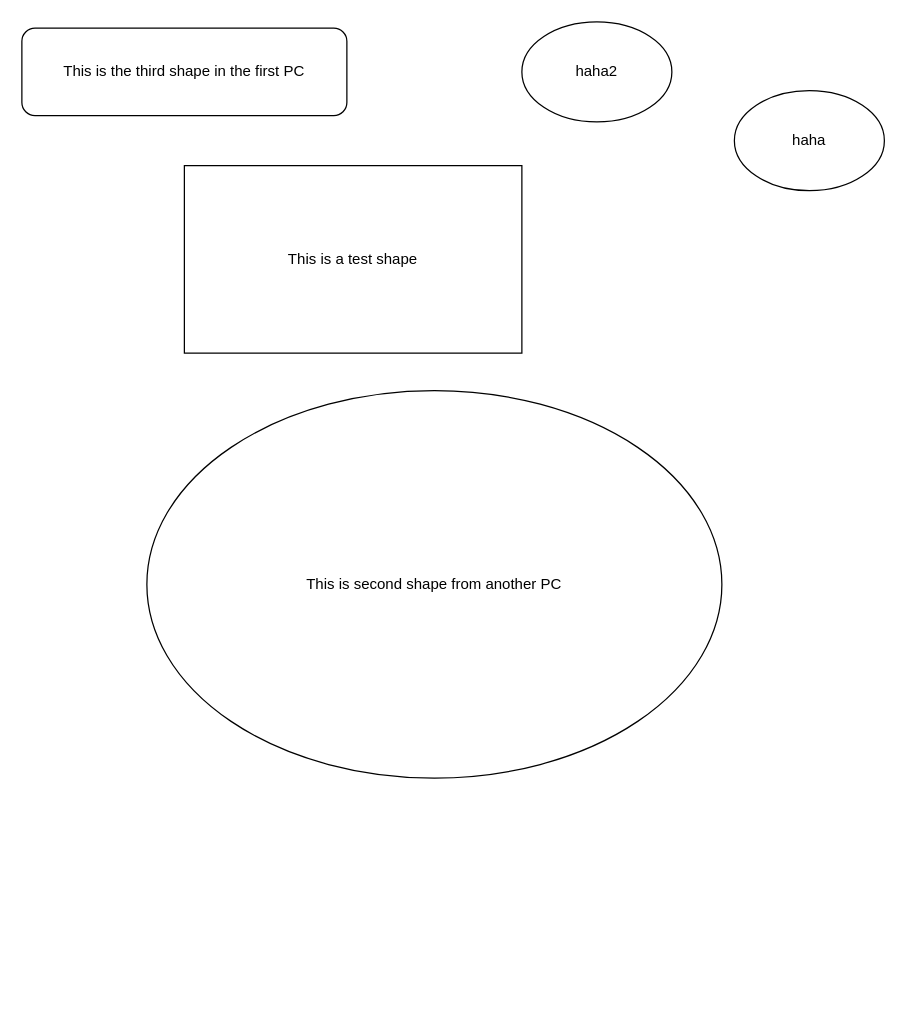
Above: My-team-test-diagram.drawio in lhf552004/my-team-test-repo (draw.io), before the change. Source tidied: cells renumbered, new cells numbered last; positions are measured from the earlier drawing's top-left corner, leaving out a move shared by most shapes. Both pictures are drawn from the tidied source at 125%, with x=0, y=0 at pixel (21, 21). Pictures stored in the file or linked from it are replaced by grey dashed boxes.
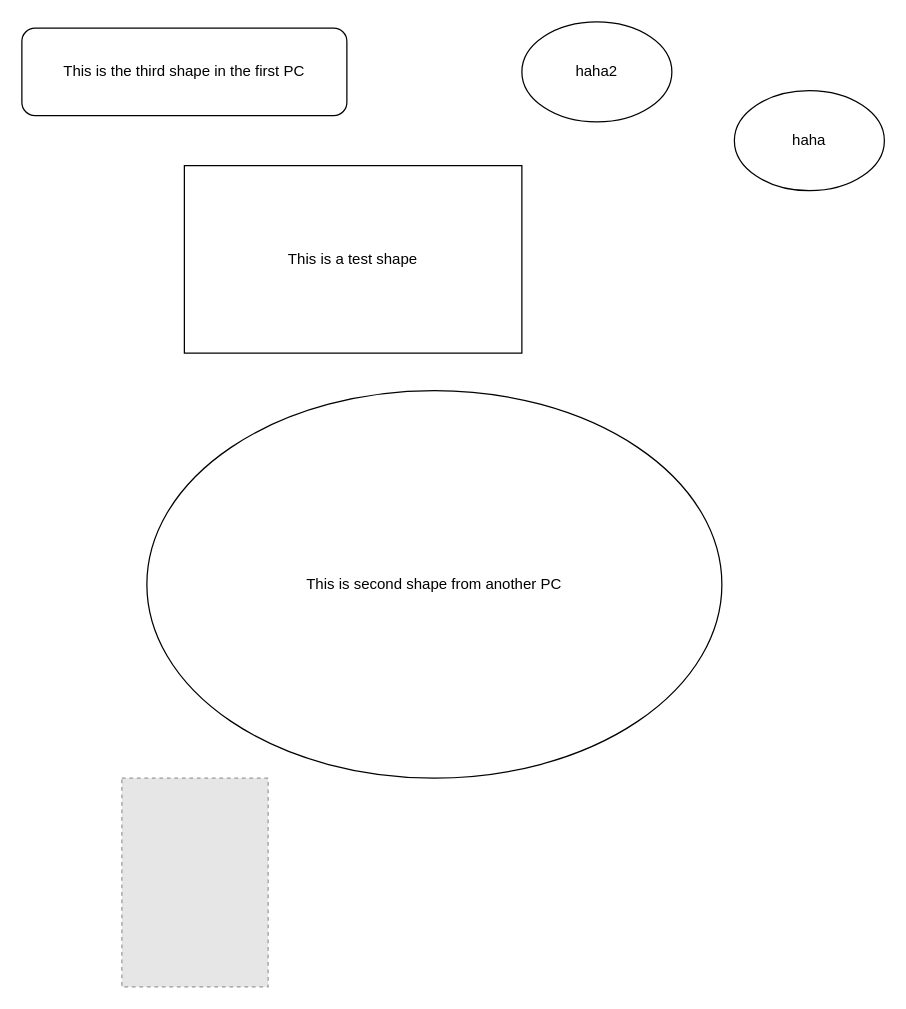
Above is the later version.

What changed in the source:
```diff
@@
 <mxGraphModel>
   <root>
     <mxCell id="0" />
     <mxCell id="1" parent="0" />
     <mxCell id="2" value="This is a test shape" style="rounded=0;whiteSpace=wrap;html=1;" parent="1" vertex="1">
       <mxGeometry x="130" y="115" width="270" height="150" as="geometry" />
     </mxCell>
     <mxCell id="3" value="This is the third shape in the first PC" style="rounded=1;whiteSpace=wrap;html=1;" parent="1" vertex="1">
       <mxGeometry y="5" width="260" height="70" as="geometry" />
     </mxCell>
     <mxCell id="4" value="This is second shape from another PC" style="ellipse;whiteSpace=wrap;html=1;" parent="1" vertex="1">
       <mxGeometry x="100" y="295" width="460" height="310" as="geometry" />
     </mxCell>
     <mxCell id="5" value="haha2" style="ellipse;whiteSpace=wrap;html=1;" parent="1" vertex="1">
       <mxGeometry x="400" width="120" height="80" as="geometry" />
     </mxCell>
     <mxCell id="6" value="haha" style="ellipse;whiteSpace=wrap;html=1;" parent="1" vertex="1">
       <mxGeometry x="570" y="55" width="120" height="80" as="geometry" />
     </mxCell>
+    <mxCell id="7" value=" &lt;section&gt; &lt;h2&gt;&lt;br&gt;&lt;/h2&gt;&lt;/section&gt;" style="text;whiteSpace=wrap;html=1;" parent="1" vertex="1">
+      <mxGeometry x="20" y="605" width="130" height="120" as="geometry" />
+    </mxCell>
+    <mxCell id="8" style="fillColor=#E6E6E6;strokeColor=#999999;dashed=1;verticalLabelPosition=bottom;labelBackgroundColor=default;verticalAlign=top;" parent="1" vertex="1">
+      <mxGeometry x="80" y="605" width="117" height="167" as="geometry" />
+    </mxCell>
   </root>
 </mxGraphModel>
```
